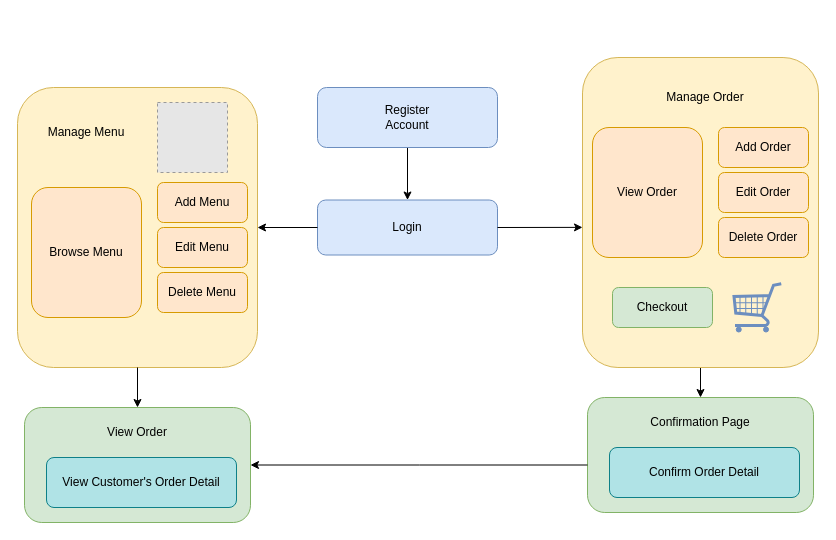
Above: page "Business Process Flow" (1 of 5) of Chicken.drawio in swara731/Uml-Diagrams (draw.io), before the change. Source tidied: cells renumbered, new cells numbered last; positions are measured from the earlier drawing's top-left corner, leaving out a move shared by most shapes. Both pictures are drawn from the tidied source at 100%, with x=0, y=0 at pixel (17, 57). Pictures stored in the file or linked from it are replaced by grey dashed boxes.
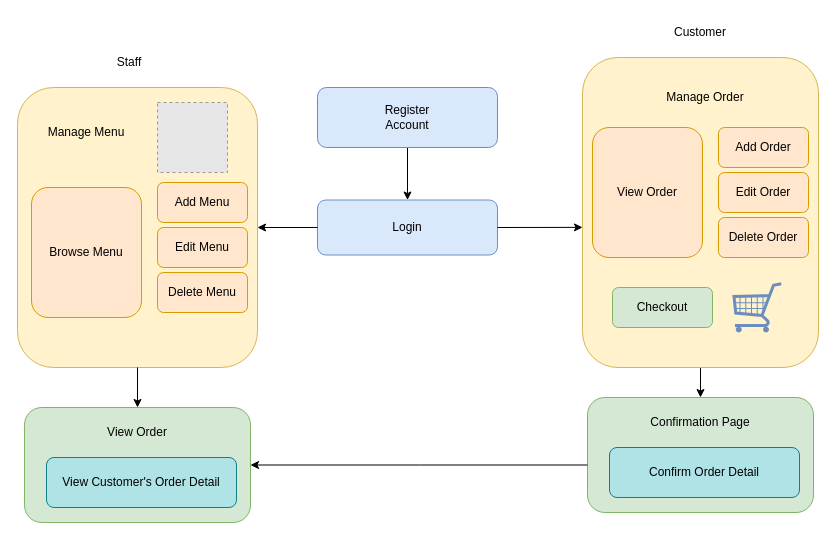
The same page after the edit.

Change to the diagram source:
```diff
@@
+    <mxCell id="40" value="Staff" style="text;html=1;strokeColor=none;fillColor=none;align=center;verticalAlign=middle;whiteSpace=wrap;rounded=0;" parent="1" vertex="1">
+      <mxGeometry x="70" y="-10" width="84" height="30" as="geometry" />
+    </mxCell>
+    <mxCell id="41" value="Customer" style="text;html=1;strokeColor=none;fillColor=none;align=center;verticalAlign=middle;whiteSpace=wrap;rounded=0;" parent="1" vertex="1">
+      <mxGeometry x="641" y="-40" width="84" height="30" as="geometry" />
+    </mxCell>
```
